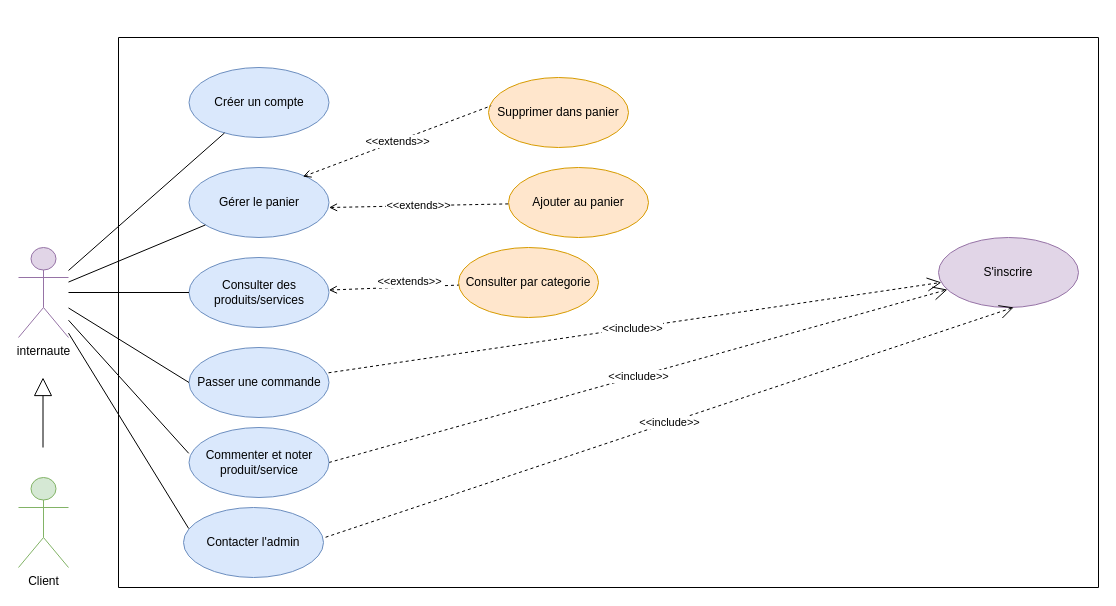
Above: 1. UseCase_internaute.drawio in amine-elarass49/angular_doc (draw.io), before the change. Source tidied: cells renumbered, new cells numbered last; positions are measured from the earlier drawing's top-left corner, leaving out a move shared by most shapes. Both pictures are drawn from the tidied source at 100%, with x=0, y=0 at pixel (18, 37).
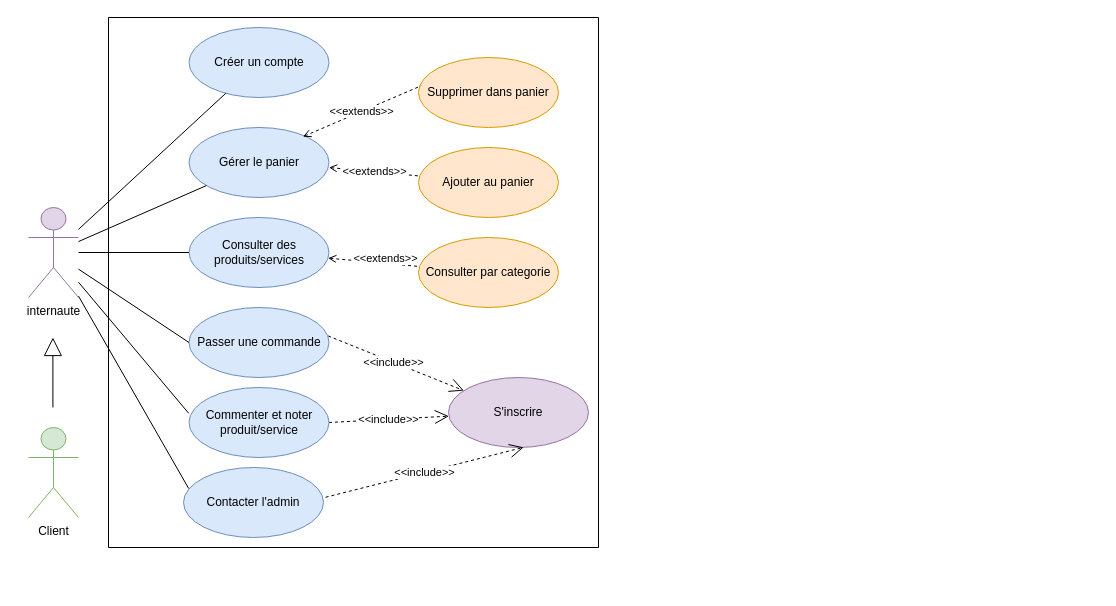
Above is the later version.

Diff of the diagram source:
```diff
@@
+    <mxCell id="3" style="swimlane;startSize=0;" parent="1" vertex="1">
+      <mxGeometry x="90" y="-20" width="490" height="530" as="geometry" />
+    </mxCell>
-    <mxCell id="2" value="internaute" style="shape=umlActor;verticalLabelPosition=bottom;verticalAlign=top;html=1;outlineConnect=0;fillColor=#e1d5e7;strokeColor=#9673a6;" parent="1" vertex="1">
-      <mxGeometry y="210" width="50" height="90" as="geometry" />
+    <mxCell id="2" value="internaute" style="shape=umlActor;verticalLabelPosition=bottom;verticalAlign=top;html=1;outlineConnect=0;fillColor=#e1d5e7;strokeColor=#9673a6;" parent="3" vertex="1">
+      <mxGeometry x="-80" y="190" width="50" height="90" as="geometry" />
     </mxCell>
-    <mxCell id="3" style="swimlane;startSize=0;" parent="1" vertex="1">
-      <mxGeometry x="100" width="980" height="550" as="geometry" />
-    </mxCell>
     <mxCell id="4" value="S'inscrire" style="ellipse;whiteSpace=wrap;html=1;fillColor=#e1d5e7;strokeColor=#9673a6;" parent="3" vertex="1">
-      <mxGeometry x="820" y="200" width="140" height="70" as="geometry" />
+      <mxGeometry x="340" y="360" width="140" height="70" as="geometry" />
     </mxCell>
@@
     <mxCell id="7" value="&lt;div&gt;Gérer le panier&lt;/div&gt;" style="ellipse;whiteSpace=wrap;html=1;fillColor=#dae8fc;strokeColor=#6c8ebf;" parent="3" vertex="1">
-      <mxGeometry x="70.5" y="130" width="140" height="70" as="geometry" />
+      <mxGeometry x="80.5" y="110" width="140" height="70" as="geometry" />
     </mxCell>
     <mxCell id="8" value="Supprimer dans panier" style="ellipse;whiteSpace=wrap;html=1;fillColor=#ffe6cc;strokeColor=#d79b00;" parent="3" vertex="1">
-      <mxGeometry x="370" y="40" width="140" height="70" as="geometry" />
+      <mxGeometry x="310" y="40" width="140" height="70" as="geometry" />
     </mxCell>
     <mxCell id="9" value="Créer un compte" style="ellipse;whiteSpace=wrap;html=1;fillColor=#dae8fc;strokeColor=#6c8ebf;" parent="3" vertex="1">
-      <mxGeometry x="70.5" y="30" width="140" height="70" as="geometry" />
+      <mxGeometry x="80.5" y="10" width="140" height="70" as="geometry" />
     </mxCell>
     <mxCell id="10" value="Consulter des produits/services" style="ellipse;whiteSpace=wrap;html=1;fillColor=#dae8fc;strokeColor=#6c8ebf;" parent="3" vertex="1">
-      <mxGeometry x="70.5" y="220" width="140" height="70" as="geometry" />
+      <mxGeometry x="80.5" y="200" width="140" height="70" as="geometry" />
     </mxCell>
     <mxCell id="11" value="Passer une commande" style="ellipse;whiteSpace=wrap;html=1;fillColor=#dae8fc;strokeColor=#6c8ebf;" parent="3" vertex="1">
-      <mxGeometry x="70.5" y="310" width="140" height="70" as="geometry" />
+      <mxGeometry x="80.5" y="290" width="140" height="70" as="geometry" />
     </mxCell>
     <mxCell id="12" value="Commenter et noter produit/service" style="ellipse;whiteSpace=wrap;html=1;fillColor=#dae8fc;strokeColor=#6c8ebf;" parent="3" vertex="1">
-      <mxGeometry x="70.5" y="390" width="140" height="70" as="geometry" />
+      <mxGeometry x="80.5" y="370" width="140" height="70" as="geometry" />
     </mxCell>
     <mxCell id="13" value="Contacter l'admin" style="ellipse;whiteSpace=wrap;html=1;fillColor=#dae8fc;strokeColor=#6c8ebf;" parent="3" vertex="1">
-      <mxGeometry x="65" y="470" width="140" height="70" as="geometry" />
+      <mxGeometry x="75" y="450" width="140" height="70" as="geometry" />
     </mxCell>
@@
     <mxCell id="15" value="Ajouter au panier" style="ellipse;whiteSpace=wrap;html=1;fillColor=#ffe6cc;strokeColor=#d79b00;" parent="3" vertex="1">
-      <mxGeometry x="390" y="130" width="140" height="70" as="geometry" />
+      <mxGeometry x="310" y="130" width="140" height="70" as="geometry" />
     </mxCell>
     <mxCell id="16" value="&amp;lt;&amp;lt;extends&amp;gt;&amp;gt;" style="endArrow=none;endSize=7;endFill=0;html=1;rounded=0;exitX=0.924;exitY=0.843;exitDx=0;exitDy=0;exitPerimeter=0;dashed=1;startArrow=open;startFill=0;" parent="3" edge="1" target="15">
       <mxGeometry relative="1" as="geometry">
-        <mxPoint x="210.5" y="170" as="sourcePoint" />
+        <mxPoint x="220.5" y="150" as="sourcePoint" />
       </mxGeometry>
     </mxCell>
@@
     <mxCell id="18" value="Consulter par categorie" style="ellipse;whiteSpace=wrap;html=1;fillColor=#ffe6cc;strokeColor=#d79b00;" parent="3" vertex="1">
-      <mxGeometry x="340" y="210" width="140" height="70" as="geometry" />
+      <mxGeometry x="310" y="220" width="140" height="70" as="geometry" />
     </mxCell>
@@
-    <mxCell id="20" style="endArrow=block;endSize=16;endFill=0;html=1;rounded=0;" parent="1" edge="1">
+    <mxCell id="20" style="endArrow=block;endSize=16;endFill=0;html=1;rounded=0;" parent="3" edge="1">
       <mxGeometry relative="1" as="geometry">
-        <mxPoint x="24.5" y="410" as="sourcePoint" />
-        <mxPoint x="24.5" y="340" as="targetPoint" />
+        <mxPoint x="-55.6" y="390" as="sourcePoint" />
+        <mxPoint x="-55.6" y="320" as="targetPoint" />
       </mxGeometry>
     </mxCell>
-    <mxCell id="21" style="endArrow=none;html=1;rounded=0;" parent="1" edge="1" source="2" target="7">
+    <mxCell id="21" style="endArrow=none;html=1;rounded=0;" parent="3" edge="1" source="2" target="7">
       <mxGeometry relative="1" as="geometry" />
     </mxCell>
-    <mxCell id="22" value="Client" style="shape=umlActor;verticalLabelPosition=bottom;verticalAlign=top;html=1;fillColor=#d5e8d4;strokeColor=#82b366;" parent="1" vertex="1">
-      <mxGeometry y="440" width="50" height="90" as="geometry" />
-    </mxCell>
-    <mxCell id="23" style="endArrow=none;html=1;rounded=0;" parent="1" edge="1" source="2" target="9">
+    <mxCell id="23" style="endArrow=none;html=1;rounded=0;" parent="3" edge="1" source="2" target="9">
       <mxGeometry relative="1" as="geometry" />
     </mxCell>
-    <mxCell id="24" style="endArrow=none;html=1;rounded=0;entryX=0;entryY=0.5;entryDx=0;entryDy=0;" parent="1" edge="1" source="2" target="10">
+    <mxCell id="24" style="endArrow=none;html=1;rounded=0;entryX=0;entryY=0.5;entryDx=0;entryDy=0;" parent="3" edge="1" source="2" target="10">
       <mxGeometry relative="1" as="geometry" />
     </mxCell>
-    <mxCell id="25" style="endArrow=none;html=1;rounded=0;entryX=0;entryY=0.5;entryDx=0;entryDy=0;" parent="1" edge="1" source="2" target="11">
+    <mxCell id="25" style="endArrow=none;html=1;rounded=0;entryX=0;entryY=0.5;entryDx=0;entryDy=0;" parent="3" edge="1" source="2" target="11">
       <mxGeometry relative="1" as="geometry" />
     </mxCell>
-    <mxCell id="26" style="endArrow=none;html=1;rounded=0;entryX=-0.002;entryY=0.369;entryDx=0;entryDy=0;entryPerimeter=0;" parent="1" edge="1" source="2" target="12">
+    <mxCell id="26" style="endArrow=none;html=1;rounded=0;entryX=-0.002;entryY=0.369;entryDx=0;entryDy=0;entryPerimeter=0;" parent="3" edge="1" source="2" target="12">
       <mxGeometry relative="1" as="geometry" />
     </mxCell>
-    <mxCell id="27" style="endArrow=none;html=1;rounded=0;entryX=0.037;entryY=0.3;entryDx=0;entryDy=0;entryPerimeter=0;" parent="1" edge="1" source="2" target="13">
+    <mxCell id="27" style="endArrow=none;html=1;rounded=0;entryX=0.037;entryY=0.3;entryDx=0;entryDy=0;entryPerimeter=0;" parent="3" edge="1" source="2" target="13">
       <mxGeometry relative="1" as="geometry" />
     </mxCell>
+    <mxCell id="22" value="Client" style="shape=umlActor;verticalLabelPosition=bottom;verticalAlign=top;html=1;fillColor=#d5e8d4;strokeColor=#82b366;" parent="1" vertex="1">
+      <mxGeometry x="10" y="390" width="50" height="90" as="geometry" />
+    </mxCell>
```
